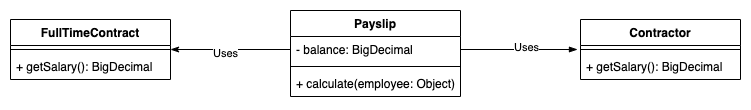
Above: diagrams/ocp-before.png in mauriciogeneroso/solid-principles (draw.io), before the change. Source tidied: cells renumbered, new cells last; positions are measured from the earlier drawing's top-left corner, leaving out a move shared by most shapes.
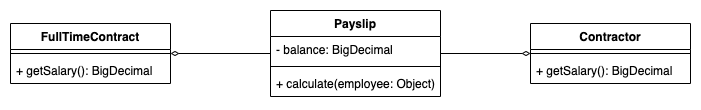
The same file after the commit.

Diff of the diagram source:
```diff
@@ -3,7 +3,7 @@
     <mxCell id="0" />
     <mxCell id="1" parent="0" />
     <mxCell id="2" value="FullTimeContract" style="swimlane;fontStyle=1;align=center;verticalAlign=top;horizontal=1;startSize=26;" parent="1" vertex="1">
-      <mxGeometry y="9" width="160" height="60" as="geometry" />
+      <mxGeometry x="20" y="13" width="160" height="60" as="geometry" />
     </mxCell>
     <mxCell id="3" style="line;strokeWidth=1;fillColor=none;align=left;verticalAlign=middle;spacingTop=-1;spacingLeft=3;spacingRight=3;labelPosition=right;" parent="2" vertex="1">
       <mxGeometry y="26" width="160" height="8" as="geometry" />
@@ -12,7 +12,7 @@
       <mxGeometry y="34" width="160" height="26" as="geometry" />
     </mxCell>
     <mxCell id="5" value="Contractor" style="swimlane;fontStyle=1;align=center;verticalAlign=top;horizontal=1;startSize=26;" parent="1" vertex="1">
-      <mxGeometry x="570" y="9" width="160" height="60" as="geometry" />
+      <mxGeometry x="540" y="13" width="160" height="60" as="geometry" />
     </mxCell>
     <mxCell id="6" style="line;strokeWidth=1;fillColor=none;align=left;verticalAlign=middle;spacingTop=-1;spacingLeft=3;spacingRight=3;labelPosition=right;" parent="5" vertex="1">
       <mxGeometry y="26" width="160" height="8" as="geometry" />
@@ -20,6 +20,12 @@
     <mxCell id="7" value="+ getSalary(): BigDecimal" style="text;strokeColor=none;fillColor=none;align=left;verticalAlign=top;spacingLeft=4;spacingRight=4;overflow=hidden;points=[[0,0.5],[1,0.5]];portConstraint=eastwest;" parent="5" vertex="1">
       <mxGeometry y="34" width="160" height="26" as="geometry" />
     </mxCell>
+    <mxCell id="16" style="edgeStyle=orthogonalEdgeStyle;rounded=0;jettySize=auto;html=1;endArrow=diamondThin;endFill=0;" parent="1" edge="1" source="8" target="2">
+      <mxGeometry relative="1" as="geometry" />
+    </mxCell>
+    <mxCell id="17" style="edgeStyle=orthogonalEdgeStyle;rounded=0;jettySize=auto;html=1;endArrow=diamondThin;endFill=0;" parent="1" edge="1" source="8" target="5">
+      <mxGeometry relative="1" as="geometry" />
+    </mxCell>
     <mxCell id="8" value="Payslip" style="swimlane;fontStyle=1;align=center;verticalAlign=top;horizontal=1;startSize=26;" parent="1" vertex="1">
       <mxGeometry x="280" width="170" height="86" as="geometry" />
     </mxCell>
@@ -32,17 +38,5 @@
     <mxCell id="11" value="+ calculate(employee: Object)" style="text;strokeColor=none;fillColor=none;align=left;verticalAlign=top;spacingLeft=4;spacingRight=4;overflow=hidden;" parent="8" vertex="1">
       <mxGeometry y="60" width="170" height="26" as="geometry" />
     </mxCell>
-    <mxCell id="12" style="edgeStyle=orthogonalEdgeStyle;rounded=0;jettySize=auto;html=1;entryX=1;entryY=0.5;entryDx=0;entryDy=0;endArrow=classicThin;endFill=1;strokeColor=default;" parent="1" edge="1" source="9" target="2">
-      <mxGeometry relative="1" as="geometry" />
-    </mxCell>
-    <mxCell id="13" value="Uses" style="edgeLabel;html=1;align=center;verticalAlign=middle;" parent="12" vertex="1">
-      <mxGeometry x="0.1" y="3" relative="1" as="geometry" />
-    </mxCell>
-    <mxCell id="14" style="edgeStyle=orthogonalEdgeStyle;rounded=0;jettySize=auto;html=1;entryX=-0.019;entryY=-0.154;entryDx=0;entryDy=0;entryPerimeter=0;endArrow=blockThin;endFill=1;strokeColor=default;" parent="1" edge="1" source="9" target="7">
-      <mxGeometry relative="1" as="geometry" />
-    </mxCell>
-    <mxCell id="15" value="Uses" style="edgeLabel;html=1;align=center;verticalAlign=middle;" parent="14" vertex="1">
-      <mxGeometry x="0.11" y="2" relative="1" as="geometry" />
-    </mxCell>
   </root>
 </mxGraphModel>
```
